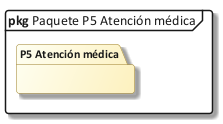
The PlantUML diagram Docs/diagramas/24_paq_p5.png in Kato-001/nova-salud, before a commit.
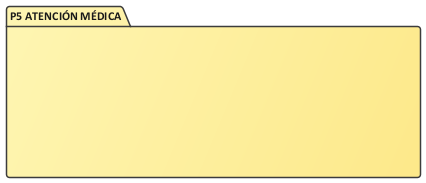
The same file after the commit.

What changed in the source:
```diff
@@ -1,7 +1,14 @@
 @startuml 24_paq_p5
 !include C:/Users/Sergio Estaca Paco/Desktop/HeadSalud/Docs/diagramas/estilo_ea.iuml
-mainframe **pkg** Paquete P5 Atención médica
-skinparam packageStyle folder
-package "P5 Atención médica" as PK {
+skinparam PackageBackgroundColor #FFF6B3/#FDE98A
+skinparam shadowing false
+package "P5 ATENCIÓN MÉDICA" as PK {
+  skinparam rectangle<<oculto>> {
+    BackgroundColor transparent
+    BorderColor transparent
+    StereotypeFontSize 0
+    shadowing false
+  }
+  rectangle "<size:40>                                        </size>\n\n\n" <<oculto>> as X
 }
 @enduml
```
